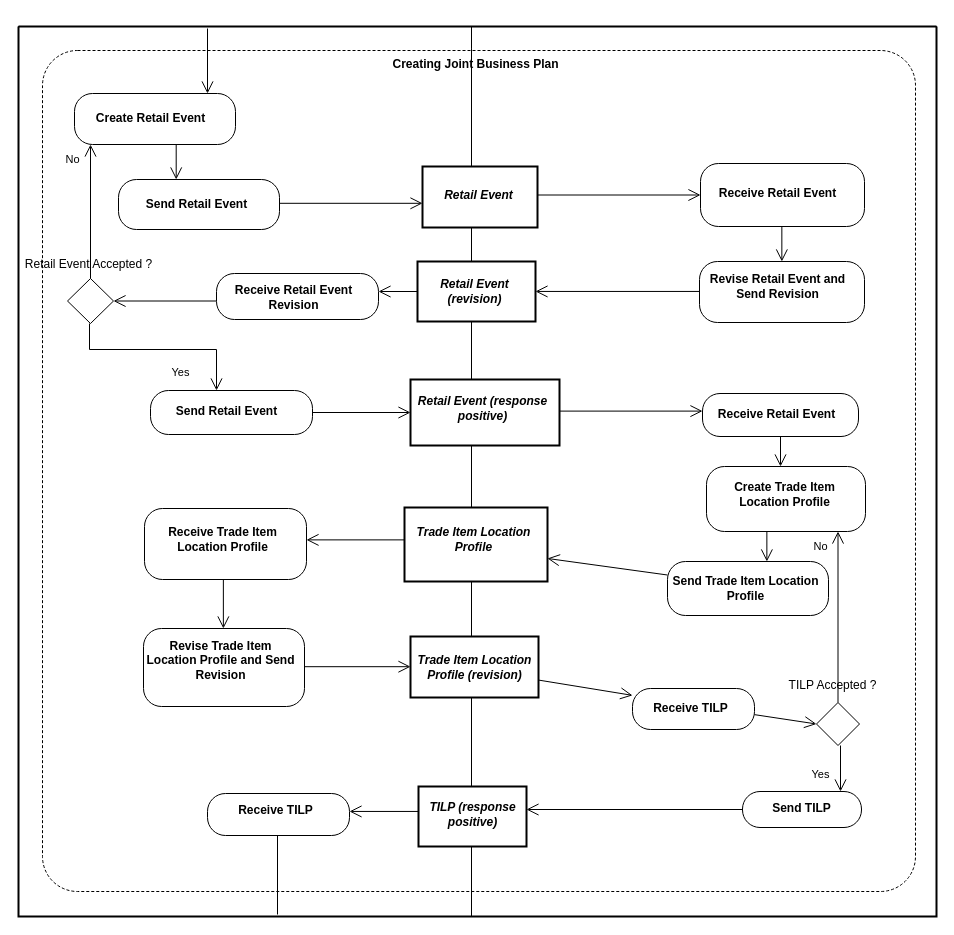
The draw.io diagram diagrams/UBL-2.2-CPFR-CreateJointBusinessPlan/UBL-2.2-CPFR-CreateJointBusinessPlan.drawio in kduvekot/ubl-work-on-svg-images, before the edit. Source tidied: cells renumbered, new cells numbered last; positions are measured from the earlier drawing's top-left corner, leaving out a move shared by most shapes. Both pictures are drawn from the tidied source at 100%, with x=0, y=0 at pixel (18, 26).
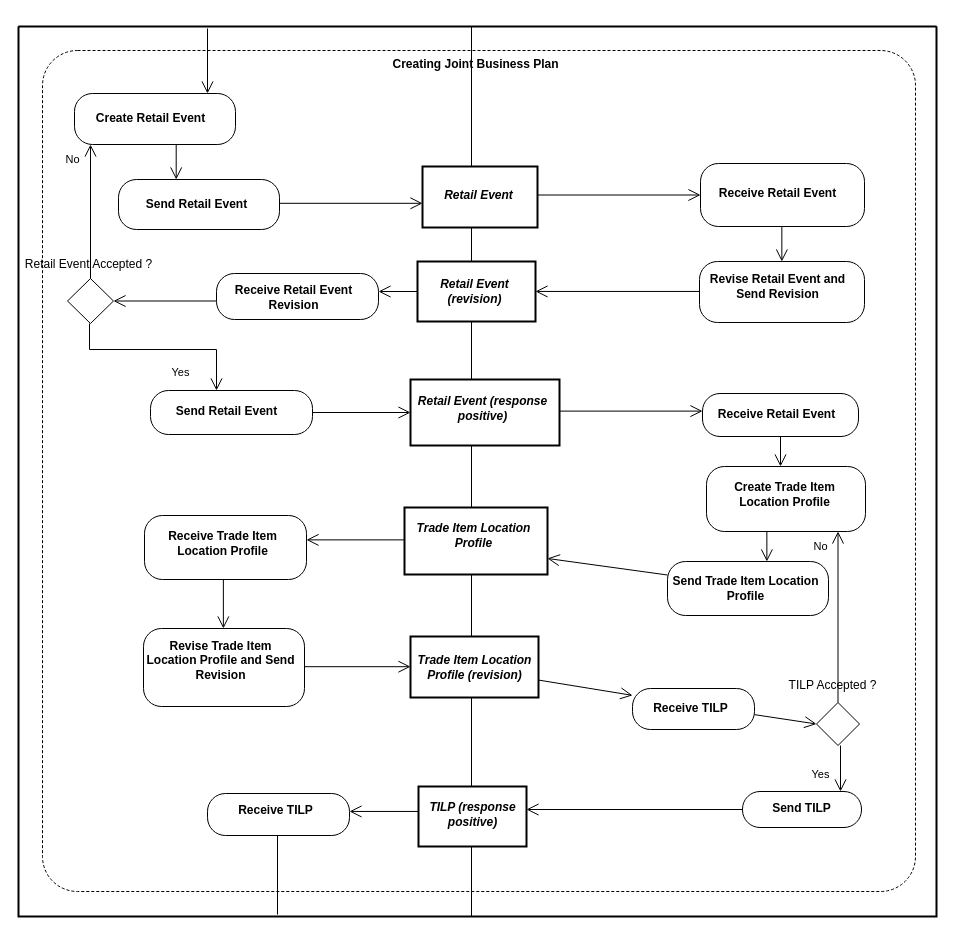
The same page after the edit.

The change refers to these unchanged cells:
```xml
<mxCell id="2" style="swimlane;html=1;startSize=0;whiteSpace=wrap;fillColor=none;strokeWidth=2;" parent="1" vertex="1">
  <mxGeometry width="918" height="890" as="geometry" />
</mxCell>
<mxCell id="4" style="swimlane;horizontal=1;startSize=22;swimlaneLine=0;html=1;fillColor=none;fontStyle=0;spacing=0;spacingRight=2;" parent="2" vertex="1">
  <mxGeometry width="453" height="890" as="geometry" />
</mxCell>
<mxCell id="5" style="swimlane;horizontal=1;startSize=22;swimlaneLine=0;html=1;fillColor=none;fontStyle=0;spacing=0;spacingLeft=1;" parent="2" vertex="1">
  <mxGeometry x="453" width="465" height="890" as="geometry" />
</mxCell>
<mxCell id="20" value="Send Trade Item Location&lt;br&gt;Profile" style="rounded=1;absoluteArcSize=1;arcSize=36;html=1;whiteSpace=nowrap;fontStyle=1;align=center;verticalAlign=middle;spacing=0;spacingRight=5;spacingBottom=1;" parent="5" vertex="1">
  <mxGeometry x="196" y="535" width="161" height="54" as="geometry" />
</mxCell>
```

The edit, as a diff of the source:
```diff
@@
     <mxCell id="18" value="Trade Item Location&lt;br&gt;Profile" style="rounded=0;html=1;whiteSpace=nowrap;fontStyle=3;align=center;verticalAlign=middle;spacing=0;spacingRight=5;spacingBottom=11;strokeWidth=2;" parent="5" vertex="1">
-      <mxGeometry x="-67" y="481" width="143" height="74" as="geometry" />
+      <mxGeometry x="-67" y="481" width="143" height="67" as="geometry" />
     </mxCell>
     <mxCell id="19" value="Receive Trade Item&lt;br&gt;Location Profile" style="rounded=1;absoluteArcSize=1;arcSize=36;html=1;whiteSpace=nowrap;fontStyle=1;align=center;verticalAlign=middle;spacing=0;spacingRight=7;spacingBottom=9;" parent="4" vertex="1">
-      <mxGeometry x="126" y="482" width="162" height="71" as="geometry" />
+      <mxGeometry x="126" y="489" width="162" height="64" as="geometry" />
     </mxCell>
@@
-    <mxCell id="40" style="edgeStyle=none;rounded=0;html=1;endArrow=open;endFill=0;endSize=10;exitPerimeter=0;entryX=1;entryY=0.442141;entryPerimeter=0;exitX=0;exitY=0.43773;" parent="2" edge="1" source="18" target="19">
+    <mxCell id="40" style="edgeStyle=none;rounded=0;html=1;endArrow=open;endFill=0;endSize=10;exitPerimeter=0;entryX=1;entryY=0.381125;entryPerimeter=0;exitX=0;exitY=0.483463;" parent="2" edge="1" source="18" target="19">
       <mxGeometry relative="1" as="geometry" />
     </mxCell>
@@
-    <mxCell id="43" style="edgeStyle=none;rounded=0;html=1;endArrow=open;endFill=0;endSize=10;exitX=0;exitY=0.25;exitPerimeter=0;entryX=1;entryY=0.688812;entryPerimeter=0;" parent="5" edge="1" source="20" target="18">
+    <mxCell id="43" style="edgeStyle=none;rounded=0;html=1;endArrow=open;endFill=0;endSize=10;exitX=0;exitY=0.25;exitPerimeter=0;entryX=1;entryY=0.760778;entryPerimeter=0;" parent="5" edge="1" source="20" target="18">
       <mxGeometry relative="1" as="geometry" />
     </mxCell>
```
